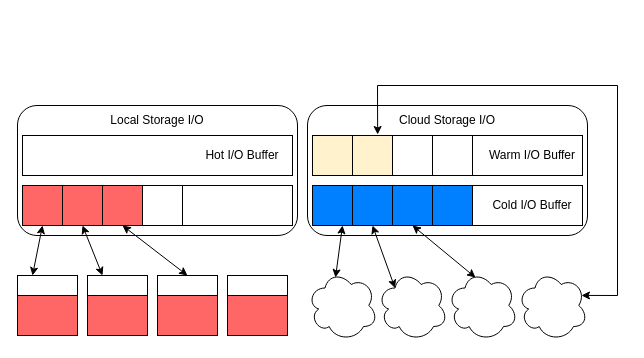
Above: 3m_paper/iosystem.drawio in linqinluli/picture_draw (draw.io), before the change. Source tidied: cells renumbered, new cells numbered last; positions are measured from the earlier drawing's top-left corner, leaving out a move shared by most shapes. Both pictures are drawn from the tidied source at 100%, with x=0, y=0 at pixel (17, 85).
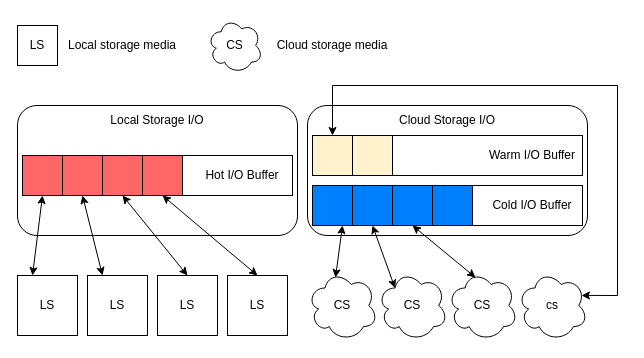
The same diagram, later.

Unchanged cells that the change refers to:
```xml
<mxCell id="15" style="whiteSpace=wrap;html=1;fillColor=#fff2cc;strokeColor=#000000;" parent="1" vertex="1">
  <mxGeometry x="295" y="50" width="40" height="40" as="geometry" />
</mxCell>
<mxCell id="16" style="whiteSpace=wrap;html=1;fillColor=#fff2cc;strokeColor=#000000;" parent="1" vertex="1">
  <mxGeometry x="335" y="50" width="40" height="40" as="geometry" />
</mxCell>
```

The edit, as a diff of the source:
```diff
@@
-    <mxCell id="4" style="ellipse;shape=cloud;whiteSpace=wrap;html=1;" parent="1" vertex="1">
+    <mxCell id="4" value="CS" style="ellipse;shape=cloud;whiteSpace=wrap;html=1;" parent="1" vertex="1">
       <mxGeometry x="290" y="185" width="70" height="70" as="geometry" />
     </mxCell>
-    <mxCell id="5" style="rounded=0;whiteSpace=wrap;html=1;" parent="1" vertex="1">
-      <mxGeometry x="5" y="50" width="270" height="40" as="geometry" />
-    </mxCell>
     <mxCell id="6" style="rounded=0;whiteSpace=wrap;html=1;" parent="1" vertex="1">
-      <mxGeometry x="5" y="100" width="270" height="40" as="geometry" />
+      <mxGeometry x="5" y="70" width="270" height="40" as="geometry" />
     </mxCell>
@@
     <mxCell id="17" style="whiteSpace=wrap;html=1;fillColor=#FF6666;" parent="1" vertex="1">
-      <mxGeometry x="5" y="100" width="40" height="40" as="geometry" />
+      <mxGeometry x="5" y="70" width="40" height="40" as="geometry" />
     </mxCell>
     <mxCell id="18" style="whiteSpace=wrap;html=1;fillColor=#FF6666;" parent="1" vertex="1">
-      <mxGeometry x="45" y="100" width="40" height="40" as="geometry" />
+      <mxGeometry x="45" y="70" width="40" height="40" as="geometry" />
     </mxCell>
     <mxCell id="19" style="whiteSpace=wrap;html=1;fillColor=#FF6666;" parent="1" vertex="1">
-      <mxGeometry x="85" y="100" width="40" height="40" as="geometry" />
+      <mxGeometry x="85" y="70" width="40" height="40" as="geometry" />
     </mxCell>
-    <mxCell id="20" style="whiteSpace=wrap;html=1;fillColor=none;" parent="1" vertex="1">
-      <mxGeometry x="125" y="100" width="40" height="40" as="geometry" />
+    <mxCell id="20" style="whiteSpace=wrap;html=1;fillColor=#ff6666;" parent="1" vertex="1">
+      <mxGeometry x="125" y="70" width="40" height="40" as="geometry" />
     </mxCell>
     <mxCell id="21" value="Hot I/O Buffer" style="text;html=1;align=center;verticalAlign=middle;whiteSpace=wrap;rounded=0;" parent="1" vertex="1">
-      <mxGeometry x="175" y="55" width="100" height="30" as="geometry" />
+      <mxGeometry x="175" y="75" width="100" height="30" as="geometry" />
     </mxCell>
@@
-    <mxCell id="24" style="whiteSpace=wrap;html=1;" parent="1" vertex="1">
+    <mxCell id="24" value="LS" style="whiteSpace=wrap;html=1;" parent="1" vertex="1">
       <mxGeometry y="190" width="60" height="60" as="geometry" />
     </mxCell>
-    <mxCell id="25" style="whiteSpace=wrap;html=1;" parent="1" vertex="1">
+    <mxCell id="25" value="LS" style="whiteSpace=wrap;html=1;" parent="1" vertex="1">
       <mxGeometry x="70" y="190" width="60" height="60" as="geometry" />
     </mxCell>
-    <mxCell id="26" style="whiteSpace=wrap;html=1;" parent="1" vertex="1">
+    <mxCell id="26" value="LS" style="whiteSpace=wrap;html=1;" parent="1" vertex="1">
       <mxGeometry x="140" y="190" width="60" height="60" as="geometry" />
     </mxCell>
-    <mxCell id="27" style="whiteSpace=wrap;html=1;" parent="1" vertex="1">
+    <mxCell id="27" value="LS" style="whiteSpace=wrap;html=1;" parent="1" vertex="1">
       <mxGeometry x="210" y="190" width="60" height="60" as="geometry" />
     </mxCell>
-    <mxCell id="28" style="ellipse;shape=cloud;whiteSpace=wrap;html=1;" parent="1" vertex="1">
+    <mxCell id="28" value="CS" style="ellipse;shape=cloud;whiteSpace=wrap;html=1;" parent="1" vertex="1">
       <mxGeometry x="360" y="185" width="70" height="70" as="geometry" />
     </mxCell>
-    <mxCell id="29" style="ellipse;shape=cloud;whiteSpace=wrap;html=1;" parent="1" vertex="1">
+    <mxCell id="29" value="CS" style="ellipse;shape=cloud;whiteSpace=wrap;html=1;" parent="1" vertex="1">
       <mxGeometry x="430" y="185" width="70" height="70" as="geometry" />
     </mxCell>
-    <mxCell id="30" style="ellipse;shape=cloud;whiteSpace=wrap;html=1;" parent="1" vertex="1">
+    <mxCell id="30" value="cs" style="ellipse;shape=cloud;whiteSpace=wrap;html=1;" parent="1" vertex="1">
       <mxGeometry x="500" y="185" width="70" height="70" as="geometry" />
     </mxCell>
-    <mxCell id="31" style="rounded=0;whiteSpace=wrap;html=1;fillColor=#ff6666;" parent="1" vertex="1">
-      <mxGeometry y="210" width="60" height="40" as="geometry" />
-    </mxCell>
-    <mxCell id="32" style="rounded=0;whiteSpace=wrap;html=1;fillColor=#ff6666;" parent="1" vertex="1">
-      <mxGeometry x="70" y="210" width="60" height="40" as="geometry" />
-    </mxCell>
-    <mxCell id="33" style="rounded=0;whiteSpace=wrap;html=1;fillColor=#ff6666;" parent="1" vertex="1">
-      <mxGeometry x="140" y="210" width="60" height="40" as="geometry" />
-    </mxCell>
-    <mxCell id="34" style="rounded=0;whiteSpace=wrap;html=1;fillColor=#ff6666;" parent="1" vertex="1">
-      <mxGeometry x="210" y="210" width="60" height="40" as="geometry" />
-    </mxCell>
@@
-    <mxCell id="41" style="endArrow=classic;startArrow=classic;html=1;rounded=0;entryX=0.629;entryY=-0.025;entryDx=0;entryDy=0;exitX=0.914;exitY=0.356;exitDx=0;exitDy=0;exitPerimeter=0;entryPerimeter=0;" parent="1" edge="1" source="30" target="16">
+    <mxCell id="41" style="endArrow=classic;startArrow=classic;html=1;rounded=0;entryX=0.5;entryY=0;entryDx=0;entryDy=0;exitX=0.914;exitY=0.356;exitDx=0;exitDy=0;exitPerimeter=0;" parent="1" edge="1" source="30" target="15">
       <mxGeometry relative="1" as="geometry">
         <Array as="points">
           <mxPoint x="600" y="210" />
           <mxPoint x="600" />
-          <mxPoint x="360" />
+          <mxPoint x="315" />
         </Array>
       </mxGeometry>
     </mxCell>
-    <mxCell id="42" style="whiteSpace=wrap;html=1;fillColor=none;" parent="1" vertex="1">
-      <mxGeometry x="375" y="50" width="40" height="40" as="geometry" />
-    </mxCell>
-    <mxCell id="43" style="whiteSpace=wrap;html=1;fillColor=none;" parent="1" vertex="1">
-      <mxGeometry x="415" y="50" width="40" height="40" as="geometry" />
-    </mxCell>
+    <mxCell id="44" style="endArrow=classic;startArrow=classic;html=1;rounded=0;entryX=0.5;entryY=1;entryDx=0;entryDy=0;exitX=0.5;exitY=0;exitDx=0;exitDy=0;" parent="1" edge="1" source="27" target="20">
+      <mxGeometry relative="1" as="geometry" />
+    </mxCell>
+    <mxCell id="45" value="LS" style="whiteSpace=wrap;html=1;" parent="1" vertex="1">
+      <mxGeometry y="-60" width="40" height="40" as="geometry" />
+    </mxCell>
+    <mxCell id="46" value="Local storage media" style="text;html=1;align=center;verticalAlign=middle;whiteSpace=wrap;rounded=0;" parent="1" vertex="1">
+      <mxGeometry x="45" y="-55" width="120" height="30" as="geometry" />
+    </mxCell>
+    <mxCell id="47" value="CS" style="ellipse;shape=cloud;whiteSpace=wrap;html=1;" parent="1" vertex="1">
+      <mxGeometry x="190" y="-67.5" width="55" height="55" as="geometry" />
+    </mxCell>
+    <mxCell id="48" value="Cloud storage media" style="text;html=1;align=center;verticalAlign=middle;whiteSpace=wrap;rounded=0;" parent="1" vertex="1">
+      <mxGeometry x="255" y="-55" width="120" height="30" as="geometry" />
+    </mxCell>
```
